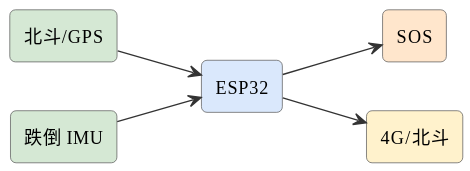
Earlier version of the PlantUML export assets/diagrams/ideas-fig118.svg (mingyi0818/IntelligentMcuCourse).
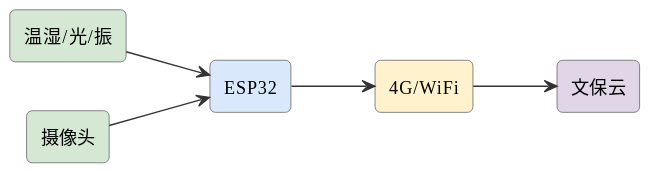
Above is the later version.

The edit, as a diff of the source:
```diff
@@ -6,13 +6,13 @@
 skinparam arrowFontSize 11
 skinparam arrowColor #333
 left to right direction
-rectangle "北斗/GPS" as gps #d5e8d4
-rectangle "跌倒 IMU" as imu #d5e8d4
+rectangle "温湿/光/振" as s #d5e8d4
 rectangle "ESP32" as esp #dae8fc
-rectangle "SOS" as sos #ffe6cc
-rectangle "4G/北斗" as g #fff2cc
-gps --> esp
-imu --> esp
-esp --> sos
-esp --> g
+rectangle "摄像头" as cam #d5e8d4
+rectangle "4G/WiFi" as net #fff2cc
+rectangle "文保云" as cloud #e1d5e8
+s --> esp
+cam --> esp
+esp --> net
+net --> cloud
 @enduml
```
